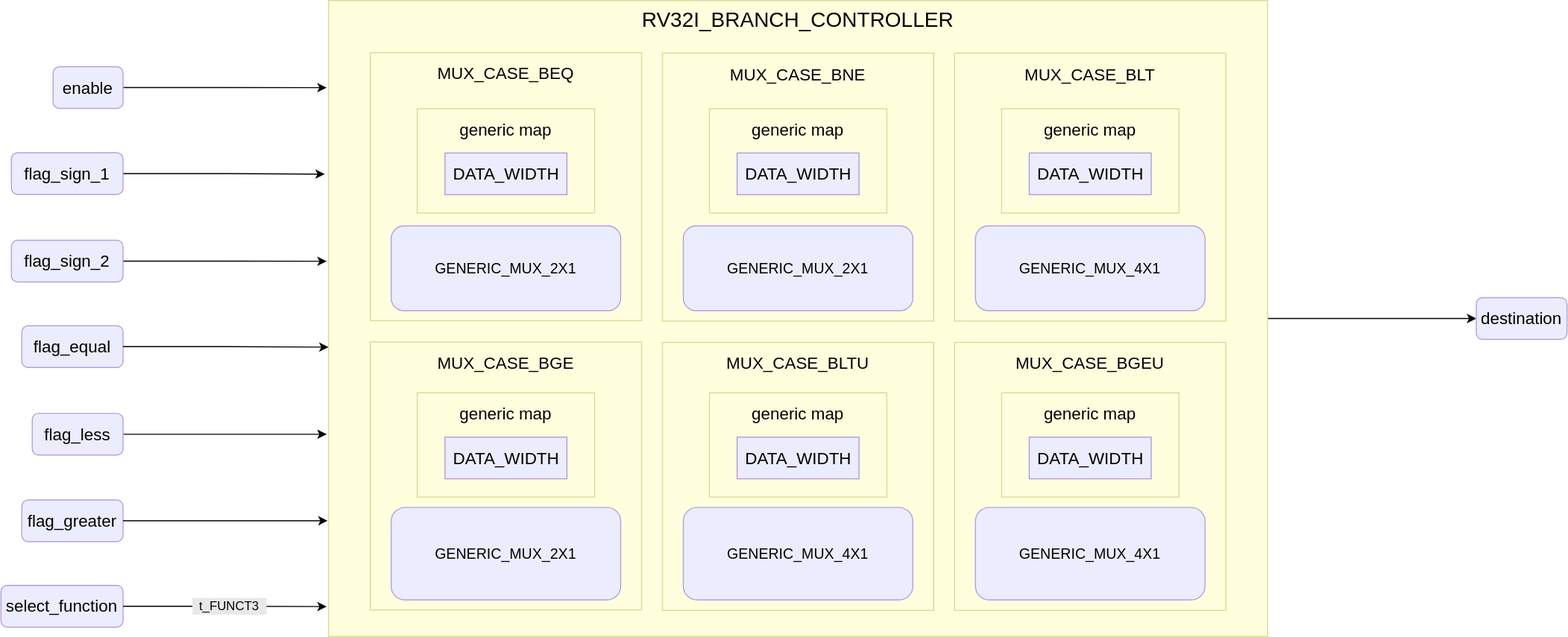
The draw.io diagram public/images/reference/report_components/rv32i_branch_controller.drawio.svg in insper-riscv/docs, before a commit. Source tidied: cells renumbered, new cells last; positions are measured from the earlier drawing's top-left corner, leaving out a move shared by most shapes.
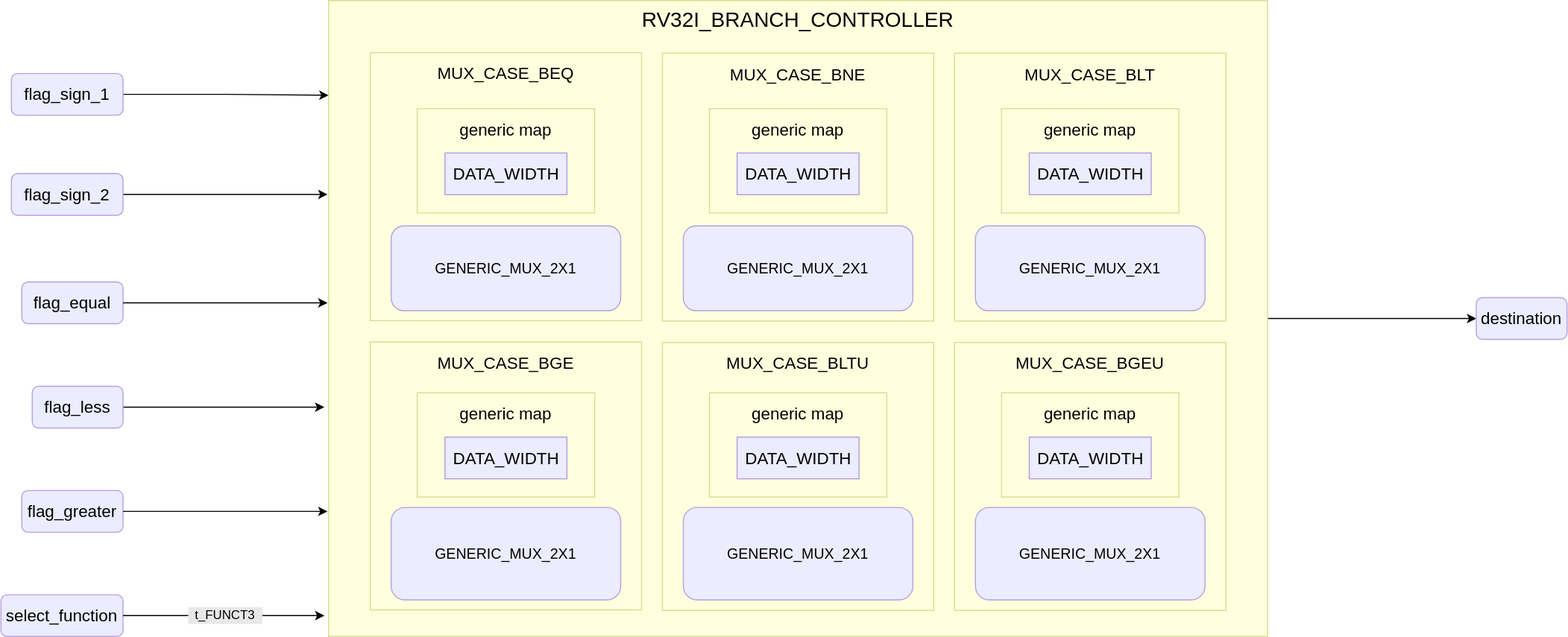
The same file after the commit.

Commit message:
update rv32i_branch_controller report diagram

The edit, as a diff of the source:
```diff
@@ -8,53 +8,57 @@
     <mxCell id="3" value="RV32I_BRANCH_CONTROLLER" style="rounded=0;whiteSpace=wrap;html=1;fillColor=#ffffde;strokeColor=#dada94;verticalAlign=top;fontSize=20;" parent="1" vertex="1">
       <mxGeometry x="314" width="900" height="610" as="geometry" />
     </mxCell>
-    <mxCell id="4" style="edgeStyle=orthogonalEdgeStyle;rounded=0;jettySize=auto;html=1;entryX=-0.002;entryY=0.137;entryDx=0;entryDy=0;strokeWidth=1;entryPerimeter=0;" parent="1" edge="1" source="5" target="3">
-      <mxGeometry relative="1" as="geometry" />
-    </mxCell>
-    <mxCell id="5" value="enable" style="rounded=1;whiteSpace=wrap;html=1;fillColor=#ececff;strokeColor=#b59fe2;fontSize=16;" parent="1" vertex="1">
-      <mxGeometry x="50" y="63.5" width="67" height="40" as="geometry" />
-    </mxCell>
-    <mxCell id="6" style="edgeStyle=orthogonalEdgeStyle;rounded=0;jettySize=auto;html=1;entryX=-0.004;entryY=0.273;entryDx=0;entryDy=0;entryPerimeter=0;" parent="1" edge="1" source="7" target="3">
+    <mxCell id="6" style="edgeStyle=orthogonalEdgeStyle;rounded=0;jettySize=auto;html=1;entryX=0;entryY=0.149;entryDx=0;entryDy=0;entryPerimeter=0;" parent="1" edge="1" source="7" target="3">
       <mxGeometry relative="1" as="geometry" />
     </mxCell>
     <mxCell id="7" value="flag_sign_1" style="rounded=1;whiteSpace=wrap;html=1;fillColor=#ececff;strokeColor=#b59fe2;fontSize=16;" parent="1" vertex="1">
-      <mxGeometry x="10" y="146" width="107" height="40" as="geometry" />
+      <mxGeometry x="10" y="70" width="107" height="40" as="geometry" />
     </mxCell>
     <mxCell id="8" value="destination" style="rounded=1;whiteSpace=wrap;html=1;fillColor=#ececff;strokeColor=#b59fe2;fontSize=16;" parent="1" vertex="1">
       <mxGeometry x="1414" y="285" width="87" height="40" as="geometry" />
     </mxCell>
-    <mxCell id="9" style="edgeStyle=orthogonalEdgeStyle;rounded=0;jettySize=auto;html=1;entryX=-0.002;entryY=0.41;entryDx=0;entryDy=0;entryPerimeter=0;" parent="1" edge="1" source="10" target="3">
-      <mxGeometry relative="1" as="geometry" />
+    <mxCell id="9" style="edgeStyle=orthogonalEdgeStyle;rounded=0;jettySize=auto;html=1;" parent="1" edge="1" source="10">
+      <mxGeometry relative="1" as="geometry">
+        <mxPoint x="313" y="186" as="targetPoint" />
+      </mxGeometry>
     </mxCell>
     <mxCell id="10" value="flag_sign_2" style="rounded=1;whiteSpace=wrap;html=1;fillColor=#ececff;strokeColor=#b59fe2;fontSize=16;" parent="1" vertex="1">
-      <mxGeometry x="10" y="230" width="107" height="40" as="geometry" />
+      <mxGeometry x="10" y="166" width="107" height="40" as="geometry" />
     </mxCell>
     <mxCell id="11" value="flag_equal" style="rounded=1;whiteSpace=wrap;html=1;fillColor=#ececff;strokeColor=#b59fe2;fontSize=16;" parent="1" vertex="1">
-      <mxGeometry x="20" y="312" width="97" height="40" as="geometry" />
+      <mxGeometry x="20" y="270" width="97" height="40" as="geometry" />
     </mxCell>
-    <mxCell id="12" style="edgeStyle=orthogonalEdgeStyle;rounded=0;jettySize=auto;html=1;entryX=0;entryY=0.545;entryDx=0;entryDy=0;entryPerimeter=0;" parent="1" edge="1" source="11" target="3">
-      <mxGeometry relative="1" as="geometry" />
+    <mxCell id="12" style="edgeStyle=orthogonalEdgeStyle;rounded=0;jettySize=auto;html=1;" parent="1" edge="1" source="11">
+      <mxGeometry relative="1" as="geometry">
+        <mxPoint x="313" y="290" as="targetPoint" />
+      </mxGeometry>
     </mxCell>
-    <mxCell id="13" style="edgeStyle=orthogonalEdgeStyle;rounded=0;jettySize=auto;html=1;entryX=-0.002;entryY=0.682;entryDx=0;entryDy=0;entryPerimeter=0;" parent="1" edge="1" source="14" target="3">
-      <mxGeometry relative="1" as="geometry" />
+    <mxCell id="13" style="edgeStyle=orthogonalEdgeStyle;rounded=0;jettySize=auto;html=1;" parent="1" edge="1" source="14">
+      <mxGeometry relative="1" as="geometry">
+        <mxPoint x="310" y="390" as="targetPoint" />
+      </mxGeometry>
     </mxCell>
     <mxCell id="14" value="flag_less" style="rounded=1;whiteSpace=wrap;html=1;fillColor=#ececff;strokeColor=#b59fe2;fontSize=16;" parent="1" vertex="1">
-      <mxGeometry x="30" y="396" width="87" height="40" as="geometry" />
+      <mxGeometry x="30" y="370" width="87" height="40" as="geometry" />
     </mxCell>
     <mxCell id="15" value="flag_greater" style="rounded=1;whiteSpace=wrap;html=1;fillColor=#ececff;strokeColor=#b59fe2;fontSize=16;" parent="1" vertex="1">
-      <mxGeometry x="20" y="479" width="97" height="40" as="geometry" />
+      <mxGeometry x="20" y="470" width="97" height="40" as="geometry" />
     </mxCell>
-    <mxCell id="16" style="edgeStyle=orthogonalEdgeStyle;rounded=0;jettySize=auto;html=1;entryX=-0.001;entryY=0.818;entryDx=0;entryDy=0;entryPerimeter=0;" parent="1" edge="1" source="15" target="3">
-      <mxGeometry relative="1" as="geometry" />
+    <mxCell id="16" style="edgeStyle=orthogonalEdgeStyle;rounded=0;jettySize=auto;html=1;" parent="1" edge="1" source="15">
+      <mxGeometry relative="1" as="geometry">
+        <mxPoint x="313" y="490" as="targetPoint" />
+      </mxGeometry>
     </mxCell>
     <mxCell id="17" value="select_function" style="rounded=1;whiteSpace=wrap;html=1;fillColor=#ececff;strokeColor=#b59fe2;fontSize=16;" parent="1" vertex="1">
-      <mxGeometry y="561" width="117" height="40" as="geometry" />
+      <mxGeometry y="570" width="117" height="40" as="geometry" />
     </mxCell>
-    <mxCell id="18" style="edgeStyle=orthogonalEdgeStyle;rounded=0;jettySize=auto;html=1;entryX=-0.002;entryY=0.953;entryDx=0;entryDy=0;entryPerimeter=0;" parent="1" edge="1" source="17" target="3">
-      <mxGeometry relative="1" as="geometry" />
+    <mxCell id="18" style="edgeStyle=orthogonalEdgeStyle;rounded=0;jettySize=auto;html=1;" parent="1" edge="1" source="17">
+      <mxGeometry relative="1" as="geometry">
+        <mxPoint x="310" y="590" as="targetPoint" />
+      </mxGeometry>
     </mxCell>
     <mxCell id="19" value="t_FUNCT3" style="rounded=0;whiteSpace=wrap;html=1;fillColor=#e8e8e8;strokeColor=#e8e8e8;" parent="1" vertex="1">
-      <mxGeometry x="184" y="573.5" width="70" height="15" as="geometry" />
+      <mxGeometry x="180" y="582.5" width="70" height="15" as="geometry" />
     </mxCell>
     <mxCell id="20" value="&lt;span style=&quot;font-size: 16px;&quot;&gt;MUX_CASE_BEQ&lt;/span&gt;" style="rounded=0;whiteSpace=wrap;html=1;fillColor=#ffffde;strokeColor=#dada94;verticalAlign=top;fontSize=20;" parent="1" vertex="1">
       <mxGeometry x="354" y="50" width="260" height="257" as="geometry" />
@@ -68,7 +72,7 @@
     <mxCell id="23" value="&lt;span style=&quot;font-size: 16px;&quot;&gt;MUX_CASE_BLT&lt;/span&gt;" style="rounded=0;whiteSpace=wrap;html=1;fillColor=#ffffde;strokeColor=#dada94;verticalAlign=top;fontSize=20;" parent="1" vertex="1">
       <mxGeometry x="914" y="50.5" width="260" height="257" as="geometry" />
     </mxCell>
-    <mxCell id="24" value="GENERIC_MUX_4X1" style="rounded=1;whiteSpace=wrap;html=1;fillColor=#ececff;strokeColor=#b59fe2;fontSize=14;" parent="1" vertex="1">
+    <mxCell id="24" value="GENERIC_MUX_2X1" style="rounded=1;whiteSpace=wrap;html=1;fillColor=#ececff;strokeColor=#b59fe2;fontSize=14;" parent="1" vertex="1">
       <mxGeometry x="934" y="216.2" width="220" height="81.2" as="geometry" />
     </mxCell>
     <mxCell id="25" value="GENERIC_MUX_2X1" style="rounded=1;whiteSpace=wrap;html=1;fillColor=#ececff;strokeColor=#b59fe2;fontSize=14;" parent="1" vertex="1">
@@ -80,13 +84,13 @@
     <mxCell id="27" value="&lt;span style=&quot;font-size: 16px;&quot;&gt;MUX_CASE_BLT&lt;/span&gt;&lt;span style=&quot;font-size: 16px;&quot;&gt;U&lt;/span&gt;" style="rounded=0;whiteSpace=wrap;html=1;fillColor=#ffffde;strokeColor=#dada94;verticalAlign=top;fontSize=20;" parent="1" vertex="1">
       <mxGeometry x="634" y="328" width="260" height="257" as="geometry" />
     </mxCell>
-    <mxCell id="28" value="GENERIC_MUX_4X1" style="rounded=1;whiteSpace=wrap;html=1;fillColor=#ececff;strokeColor=#b59fe2;fontSize=14;" parent="1" vertex="1">
+    <mxCell id="28" value="GENERIC_MUX_2X1" style="rounded=1;whiteSpace=wrap;html=1;fillColor=#ececff;strokeColor=#b59fe2;fontSize=14;" parent="1" vertex="1">
       <mxGeometry x="654" y="486.2" width="220" height="88.8" as="geometry" />
     </mxCell>
     <mxCell id="29" value="&lt;span style=&quot;font-size: 16px;&quot;&gt;MUX_CASE_BGEU&lt;/span&gt;" style="rounded=0;whiteSpace=wrap;html=1;fillColor=#ffffde;strokeColor=#dada94;verticalAlign=top;fontSize=20;" parent="1" vertex="1">
       <mxGeometry x="914" y="328" width="260" height="257" as="geometry" />
     </mxCell>
-    <mxCell id="30" value="GENERIC_MUX_4X1" style="rounded=1;whiteSpace=wrap;html=1;fillColor=#ececff;strokeColor=#b59fe2;fontSize=14;" parent="1" vertex="1">
+    <mxCell id="30" value="GENERIC_MUX_2X1" style="rounded=1;whiteSpace=wrap;html=1;fillColor=#ececff;strokeColor=#b59fe2;fontSize=14;" parent="1" vertex="1">
       <mxGeometry x="934" y="486.2" width="220" height="88.8" as="geometry" />
     </mxCell>
     <mxCell id="31" value="GENERIC_MUX_2X1" style="rounded=1;whiteSpace=wrap;html=1;fillColor=#ececff;strokeColor=#b59fe2;fontSize=14;" parent="1" vertex="1">
```
